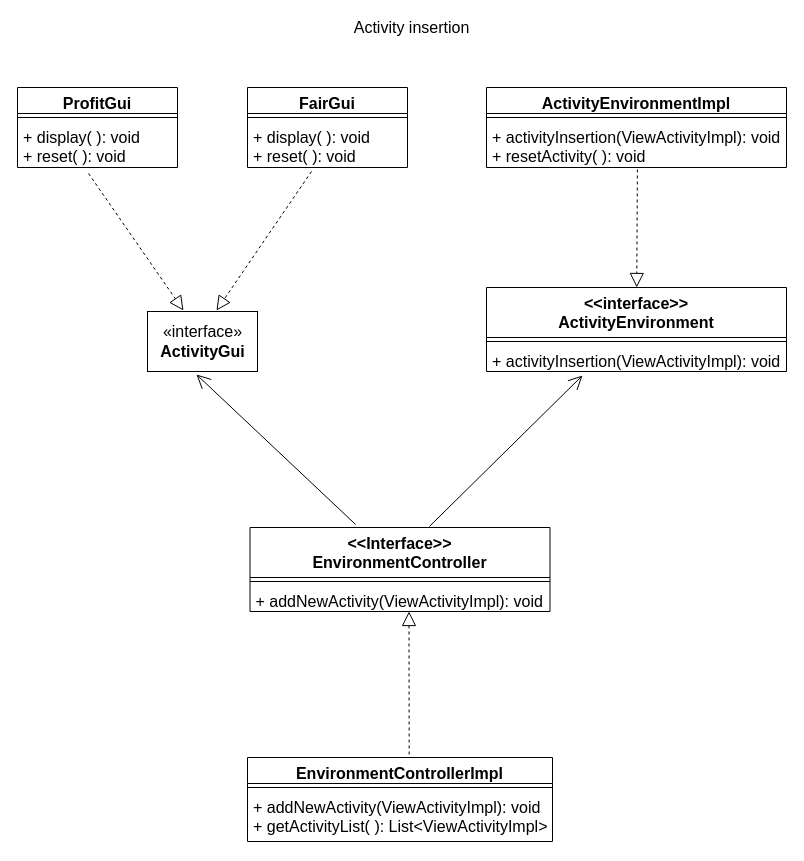
The draw.io diagram page "Page-5" (5 of 7) of Untitled Diagram.drawio in metaphori/students-oop20-liveLand, before the edit. Source tidied: cells renumbered, new cells numbered last; positions are measured from the earlier drawing's top-left corner, leaving out a move shared by most shapes. Both pictures are drawn from the tidied source at 100%, with x=0, y=0 at pixel (17, 17).
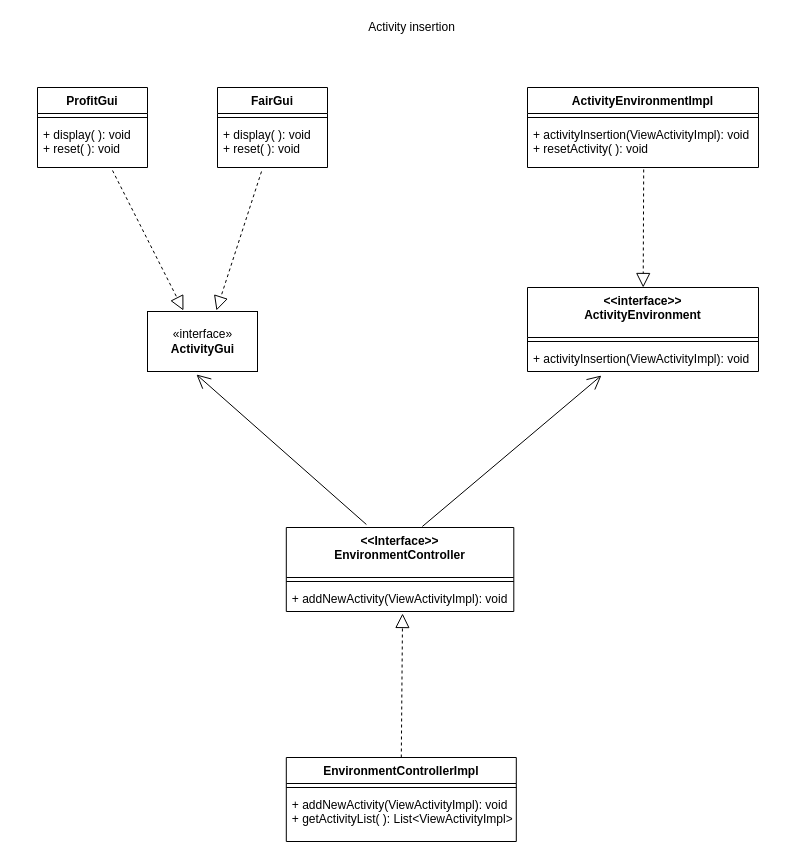
The same diagram, later.

Diff of the diagram source:
```diff
@@
-    <mxCell id="2" value="Activity insertion" style="text;html=1;align=center;verticalAlign=middle;strokeColor=none;fillColor=none;fontSize=16;" parent="1" vertex="1">
-      <mxGeometry x="329" width="130" height="20" as="geometry" />
+    <mxCell id="2" value="Activity insertion" style="text;html=1;align=center;verticalAlign=middle;strokeColor=none;fillColor=none;fontSize=12;" parent="1" vertex="1">
+      <mxGeometry x="344" width="100" height="20" as="geometry" />
     </mxCell>
-    <mxCell id="3" value="&lt;&lt;Interface&gt;&gt;&#10;EnvironmentController" style="swimlane;fontStyle=1;align=center;verticalAlign=top;horizontal=1;startSize=50;fontSize=16;" parent="1" vertex="1">
-      <mxGeometry x="232.5" y="510" width="300" height="84" as="geometry" />
+    <mxCell id="3" value="&lt;&lt;Interface&gt;&gt;&#10;EnvironmentController" style="swimlane;fontStyle=1;align=center;verticalAlign=top;horizontal=1;startSize=50;fontSize=12;" parent="1" vertex="1">
+      <mxGeometry x="268.8" y="510" width="227.5" height="84" as="geometry" />
     </mxCell>
-    <mxCell id="4" style="line;strokeWidth=1;fillColor=none;align=left;verticalAlign=middle;spacingTop=-1;spacingLeft=3;spacingRight=3;labelPosition=right;fontSize=16;" parent="3" vertex="1">
-      <mxGeometry y="50" width="300" height="8" as="geometry" />
+    <mxCell id="4" style="line;strokeWidth=1;fillColor=none;align=left;verticalAlign=middle;spacingTop=-1;spacingLeft=3;spacingRight=3;labelPosition=right;fontSize=12;" parent="3" vertex="1">
+      <mxGeometry y="50" width="227.5" height="8" as="geometry" />
     </mxCell>
-    <mxCell id="5" value="+ addNewActivity(ViewActivityImpl): void&#10;" style="text;strokeColor=none;fillColor=none;align=left;verticalAlign=top;spacingLeft=4;spacingRight=4;overflow=hidden;points=[[0,0.5],[1,0.5]];portConstraint=eastwest;fontSize=16;" parent="3" vertex="1">
-      <mxGeometry y="58" width="300" height="26" as="geometry" />
+    <mxCell id="5" value="+ addNewActivity(ViewActivityImpl): void&#10;" style="text;strokeColor=none;fillColor=none;align=left;verticalAlign=top;spacingLeft=4;spacingRight=4;overflow=hidden;points=[[0,0.5],[1,0.5]];portConstraint=eastwest;fontSize=12;" parent="3" vertex="1">
+      <mxGeometry y="58" width="227.5" height="26" as="geometry" />
     </mxCell>
-    <mxCell id="6" value="EnvironmentControllerImpl" style="swimlane;fontStyle=1;align=center;verticalAlign=top;horizontal=1;startSize=26;fontSize=16;" parent="1" vertex="1">
-      <mxGeometry x="230" y="740" width="305" height="84" as="geometry" />
+    <mxCell id="6" value="EnvironmentControllerImpl" style="swimlane;fontStyle=1;align=center;verticalAlign=top;horizontal=1;startSize=26;fontSize=12;" parent="1" vertex="1">
+      <mxGeometry x="268.8" y="740" width="230" height="84" as="geometry" />
     </mxCell>
-    <mxCell id="7" style="line;strokeWidth=1;fillColor=none;align=left;verticalAlign=middle;spacingTop=-1;spacingLeft=3;spacingRight=3;labelPosition=right;fontSize=16;" parent="6" vertex="1">
-      <mxGeometry y="26" width="305" height="8" as="geometry" />
+    <mxCell id="7" style="line;strokeWidth=1;fillColor=none;align=left;verticalAlign=middle;spacingTop=-1;spacingLeft=3;spacingRight=3;labelPosition=right;fontSize=12;" parent="6" vertex="1">
+      <mxGeometry y="26" width="230" height="8" as="geometry" />
     </mxCell>
-    <mxCell id="8" value="+ addNewActivity(ViewActivityImpl): void&#10;+ getActivityList( ): List&lt;ViewActivityImpl&gt;" style="text;strokeColor=none;fillColor=none;align=left;verticalAlign=top;spacingLeft=4;spacingRight=4;overflow=hidden;fontSize=16;" parent="6" vertex="1">
-      <mxGeometry y="34" width="305" height="50" as="geometry" />
+    <mxCell id="8" value="+ addNewActivity(ViewActivityImpl): void&#10;+ getActivityList( ): List&lt;ViewActivityImpl&gt;" style="text;strokeColor=none;fillColor=none;align=left;verticalAlign=top;spacingLeft=4;spacingRight=4;overflow=hidden;fontSize=12;" parent="6" vertex="1">
+      <mxGeometry y="34" width="230" height="50" as="geometry" />
     </mxCell>
-    <mxCell id="9" style="endArrow=block;dashed=1;endFill=0;endSize=12;html=1;rounded=0;fontSize=16;entryX=0.53;entryY=1;entryDx=0;entryDy=0;entryPerimeter=0;exitX=0.53;exitY=-0.036;exitDx=0;exitDy=0;exitPerimeter=0;" parent="1" edge="1" source="6" target="5">
+    <mxCell id="9" style="endArrow=block;dashed=1;endFill=0;endSize=12;html=1;rounded=0;fontSize=12;exitX=0.5;exitY=0;exitDx=0;exitDy=0;entryX=0.511;entryY=1.077;entryDx=0;entryDy=0;entryPerimeter=0;" parent="1" edge="1" source="6" target="5">
       <mxGeometry relative="1" as="geometry" />
     </mxCell>
-    <mxCell id="10" value="&lt;&lt;interface&gt;&gt;&#10;ActivityEnvironment" style="swimlane;fontStyle=1;align=center;verticalAlign=top;horizontal=1;startSize=50;fontSize=16;" parent="1" vertex="1">
-      <mxGeometry x="469" y="270" width="300" height="84" as="geometry" />
+    <mxCell id="10" value="&lt;&lt;interface&gt;&gt;&#10;ActivityEnvironment" style="swimlane;fontStyle=1;align=center;verticalAlign=top;horizontal=1;startSize=50;fontSize=12;" parent="1" vertex="1">
+      <mxGeometry x="510" y="270" width="231" height="84" as="geometry" />
     </mxCell>
-    <mxCell id="11" style="line;strokeWidth=1;fillColor=none;align=left;verticalAlign=middle;spacingTop=-1;spacingLeft=3;spacingRight=3;labelPosition=right;fontSize=16;" parent="10" vertex="1">
-      <mxGeometry y="50" width="300" height="8" as="geometry" />
+    <mxCell id="11" style="line;strokeWidth=1;fillColor=none;align=left;verticalAlign=middle;spacingTop=-1;spacingLeft=3;spacingRight=3;labelPosition=right;fontSize=12;" parent="10" vertex="1">
+      <mxGeometry y="50" width="231" height="8" as="geometry" />
     </mxCell>
-    <mxCell id="12" value="+ activityInsertion(ViewActivityImpl): void" style="text;strokeColor=none;fillColor=none;align=left;verticalAlign=top;spacingLeft=4;spacingRight=4;overflow=hidden;points=[[0,0.5],[1,0.5]];portConstraint=eastwest;fontSize=16;" parent="10" vertex="1">
-      <mxGeometry y="58" width="300" height="26" as="geometry" />
+    <mxCell id="12" value="+ activityInsertion(ViewActivityImpl): void" style="text;strokeColor=none;fillColor=none;align=left;verticalAlign=top;spacingLeft=4;spacingRight=4;overflow=hidden;points=[[0,0.5],[1,0.5]];portConstraint=eastwest;fontSize=12;" parent="10" vertex="1">
+      <mxGeometry y="58" width="231" height="26" as="geometry" />
     </mxCell>
-    <mxCell id="13" value="ActivityEnvironmentImpl" style="swimlane;fontStyle=1;align=center;verticalAlign=top;horizontal=1;startSize=26;fontSize=16;" parent="1" vertex="1">
-      <mxGeometry x="469" y="70" width="300" height="80" as="geometry" />
+    <mxCell id="13" value="ActivityEnvironmentImpl" style="swimlane;fontStyle=1;align=center;verticalAlign=top;horizontal=1;startSize=26;fontSize=12;" parent="1" vertex="1">
+      <mxGeometry x="510" y="70" width="231" height="80" as="geometry" />
     </mxCell>
-    <mxCell id="14" style="line;strokeWidth=1;fillColor=none;align=left;verticalAlign=middle;spacingTop=-1;spacingLeft=3;spacingRight=3;labelPosition=right;fontSize=16;" parent="13" vertex="1">
-      <mxGeometry y="26" width="300" height="8" as="geometry" />
+    <mxCell id="14" style="line;strokeWidth=1;fillColor=none;align=left;verticalAlign=middle;spacingTop=-1;spacingLeft=3;spacingRight=3;labelPosition=right;fontSize=12;" parent="13" vertex="1">
+      <mxGeometry y="26" width="231" height="8" as="geometry" />
     </mxCell>
-    <mxCell id="15" value="+ activityInsertion(ViewActivityImpl): void&#10;+ resetActivity( ): void" style="text;strokeColor=none;fillColor=none;align=left;verticalAlign=top;spacingLeft=4;spacingRight=4;overflow=hidden;points=[[0,0.5],[1,0.5]];portConstraint=eastwest;fontSize=16;" parent="13" vertex="1">
-      <mxGeometry y="34" width="300" height="46" as="geometry" />
+    <mxCell id="15" value="+ activityInsertion(ViewActivityImpl): void&#10;+ resetActivity( ): void" style="text;strokeColor=none;fillColor=none;align=left;verticalAlign=top;spacingLeft=4;spacingRight=4;overflow=hidden;points=[[0,0.5],[1,0.5]];portConstraint=eastwest;fontSize=12;" parent="13" vertex="1">
+      <mxGeometry y="34" width="231" height="46" as="geometry" />
     </mxCell>
-    <mxCell id="16" value="«interface»&lt;br&gt;&lt;b&gt;ActivityGui&lt;/b&gt;" style="html=1;fontSize=16;" parent="1" vertex="1">
+    <mxCell id="16" value="«interface»&lt;br style=&quot;font-size: 12px;&quot;&gt;&lt;b style=&quot;font-size: 12px;&quot;&gt;ActivityGui&lt;/b&gt;" style="html=1;fontSize=12;" parent="1" vertex="1">
       <mxGeometry x="130" y="294" width="110" height="60" as="geometry" />
     </mxCell>
-    <mxCell id="17" value="ProfitGui" style="swimlane;fontStyle=1;align=center;verticalAlign=top;horizontal=1;startSize=26;fontSize=16;" parent="1" vertex="1">
-      <mxGeometry y="70" width="160" height="80" as="geometry" />
+    <mxCell id="17" value="ProfitGui" style="swimlane;fontStyle=1;align=center;verticalAlign=top;horizontal=1;startSize=26;fontSize=12;" parent="1" vertex="1">
+      <mxGeometry x="20" y="70" width="110" height="80" as="geometry" />
     </mxCell>
-    <mxCell id="18" style="line;strokeWidth=1;fillColor=none;align=left;verticalAlign=middle;spacingTop=-1;spacingLeft=3;spacingRight=3;labelPosition=right;fontSize=16;" parent="17" vertex="1">
-      <mxGeometry y="26" width="160" height="8" as="geometry" />
+    <mxCell id="18" style="line;strokeWidth=1;fillColor=none;align=left;verticalAlign=middle;spacingTop=-1;spacingLeft=3;spacingRight=3;labelPosition=right;fontSize=12;" parent="17" vertex="1">
+      <mxGeometry y="26" width="110" height="8" as="geometry" />
     </mxCell>
-    <mxCell id="19" value="+ display( ): void&#10;+ reset( ): void" style="text;strokeColor=none;fillColor=none;align=left;verticalAlign=top;spacingLeft=4;spacingRight=4;overflow=hidden;points=[[0,0.5],[1,0.5]];portConstraint=eastwest;fontSize=16;" parent="17" vertex="1">
-      <mxGeometry y="34" width="160" height="46" as="geometry" />
+    <mxCell id="19" value="+ display( ): void&#10;+ reset( ): void" style="text;strokeColor=none;fillColor=none;align=left;verticalAlign=top;spacingLeft=4;spacingRight=4;overflow=hidden;points=[[0,0.5],[1,0.5]];portConstraint=eastwest;fontSize=12;" parent="17" vertex="1">
+      <mxGeometry y="34" width="110" height="46" as="geometry" />
     </mxCell>
-    <mxCell id="20" value="FairGui" style="swimlane;fontStyle=1;align=center;verticalAlign=top;horizontal=1;startSize=26;fontSize=16;" parent="1" vertex="1">
-      <mxGeometry x="230" y="70" width="160" height="80" as="geometry" />
+    <mxCell id="20" value="FairGui" style="swimlane;fontStyle=1;align=center;verticalAlign=top;horizontal=1;startSize=26;fontSize=12;" parent="1" vertex="1">
+      <mxGeometry x="200" y="70" width="110" height="80" as="geometry" />
     </mxCell>
-    <mxCell id="21" style="line;strokeWidth=1;fillColor=none;align=left;verticalAlign=middle;spacingTop=-1;spacingLeft=3;spacingRight=3;labelPosition=right;fontSize=16;" parent="20" vertex="1">
-      <mxGeometry y="26" width="160" height="8" as="geometry" />
+    <mxCell id="21" style="line;strokeWidth=1;fillColor=none;align=left;verticalAlign=middle;spacingTop=-1;spacingLeft=3;spacingRight=3;labelPosition=right;fontSize=12;" parent="20" vertex="1">
+      <mxGeometry y="26" width="110" height="8" as="geometry" />
     </mxCell>
-    <mxCell id="22" value="+ display( ): void&#10;+ reset( ): void" style="text;strokeColor=none;fillColor=none;align=left;verticalAlign=top;spacingLeft=4;spacingRight=4;overflow=hidden;points=[[0,0.5],[1,0.5]];portConstraint=eastwest;fontSize=16;" parent="20" vertex="1">
-      <mxGeometry y="34" width="160" height="46" as="geometry" />
+    <mxCell id="22" value="+ display( ): void&#10;+ reset( ): void" style="text;strokeColor=none;fillColor=none;align=left;verticalAlign=top;spacingLeft=4;spacingRight=4;overflow=hidden;points=[[0,0.5],[1,0.5]];portConstraint=eastwest;fontSize=12;" parent="20" vertex="1">
+      <mxGeometry y="34" width="110" height="46" as="geometry" />
     </mxCell>
-    <mxCell id="23" style="endArrow=block;dashed=1;endFill=0;endSize=12;html=1;rounded=0;fontSize=16;exitX=0.4;exitY=1.087;exitDx=0;exitDy=0;exitPerimeter=0;entryX=0.627;entryY=-0.017;entryDx=0;entryDy=0;entryPerimeter=0;" parent="1" edge="1" source="22" target="16">
+    <mxCell id="23" style="endArrow=block;dashed=1;endFill=0;endSize=12;html=1;rounded=0;fontSize=12;exitX=0.4;exitY=1.087;exitDx=0;exitDy=0;exitPerimeter=0;entryX=0.627;entryY=-0.017;entryDx=0;entryDy=0;entryPerimeter=0;" parent="1" edge="1" source="22" target="16">
       <mxGeometry relative="1" as="geometry" />
     </mxCell>
-    <mxCell id="24" style="endArrow=block;dashed=1;endFill=0;endSize=12;html=1;rounded=0;fontSize=16;exitX=0.444;exitY=1.13;exitDx=0;exitDy=0;exitPerimeter=0;entryX=0.327;entryY=-0.017;entryDx=0;entryDy=0;entryPerimeter=0;" parent="1" edge="1" source="19" target="16">
+    <mxCell id="24" style="endArrow=block;dashed=1;endFill=0;endSize=12;html=1;rounded=0;fontSize=12;exitX=0.682;exitY=1.065;exitDx=0;exitDy=0;exitPerimeter=0;entryX=0.327;entryY=-0.017;entryDx=0;entryDy=0;entryPerimeter=0;" parent="1" edge="1" source="19" target="16">
       <mxGeometry relative="1" as="geometry" />
     </mxCell>
-    <mxCell id="25" style="endArrow=block;dashed=1;endFill=0;endSize=12;html=1;rounded=0;fontSize=16;exitX=0.503;exitY=1.043;exitDx=0;exitDy=0;exitPerimeter=0;" parent="1" edge="1" source="15" target="10">
+    <mxCell id="25" style="endArrow=block;dashed=1;endFill=0;endSize=12;html=1;rounded=0;fontSize=12;exitX=0.503;exitY=1.043;exitDx=0;exitDy=0;exitPerimeter=0;" parent="1" edge="1" source="15" target="10">
       <mxGeometry relative="1" as="geometry" />
     </mxCell>
-    <mxCell id="26" style="endArrow=open;endFill=1;endSize=12;html=1;rounded=0;fontSize=16;exitX=0.598;exitY=-0.012;exitDx=0;exitDy=0;exitPerimeter=0;entryX=0.32;entryY=1.154;entryDx=0;entryDy=0;entryPerimeter=0;" parent="1" edge="1" source="3" target="12">
+    <mxCell id="26" style="endArrow=open;endFill=1;endSize=12;html=1;rounded=0;fontSize=12;exitX=0.598;exitY=-0.012;exitDx=0;exitDy=0;exitPerimeter=0;entryX=0.32;entryY=1.154;entryDx=0;entryDy=0;entryPerimeter=0;" parent="1" edge="1" source="3" target="12">
       <mxGeometry relative="1" as="geometry" />
     </mxCell>
-    <mxCell id="27" style="endArrow=open;endFill=1;endSize=12;html=1;rounded=0;fontSize=16;exitX=0.352;exitY=-0.036;exitDx=0;exitDy=0;exitPerimeter=0;entryX=0.445;entryY=1.05;entryDx=0;entryDy=0;entryPerimeter=0;" parent="1" edge="1" source="3" target="16">
+    <mxCell id="27" style="endArrow=open;endFill=1;endSize=12;html=1;rounded=0;fontSize=12;exitX=0.352;exitY=-0.036;exitDx=0;exitDy=0;exitPerimeter=0;entryX=0.445;entryY=1.05;entryDx=0;entryDy=0;entryPerimeter=0;" parent="1" edge="1" source="3" target="16">
       <mxGeometry relative="1" as="geometry" />
     </mxCell>
```
